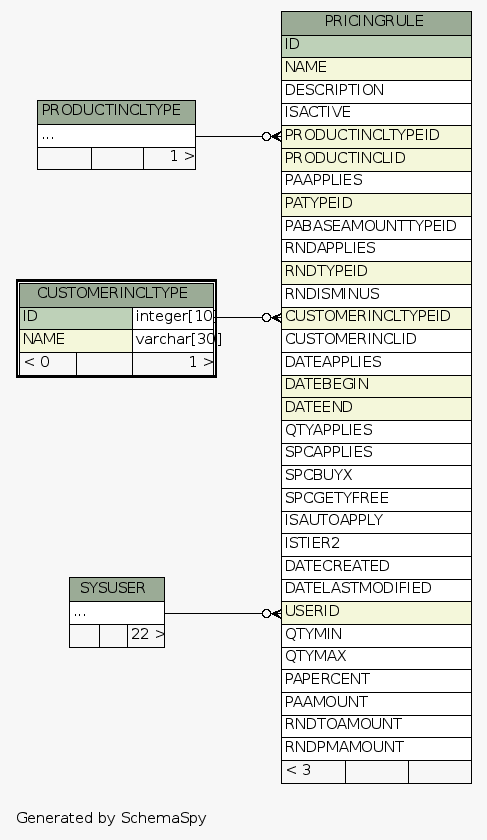
ilopez/FishbowlDataDictionary keeps this Graphviz diagram as dictionary/Fishbowl2013.5/diagrams/CUSTOMERINCLTYPE.2degrees.png. Above is the earlier version. Its source is kept beside it as dictionary/Fishbowl2013.5/diagrams/CUSTOMERINCLTYPE.2degrees.dot.
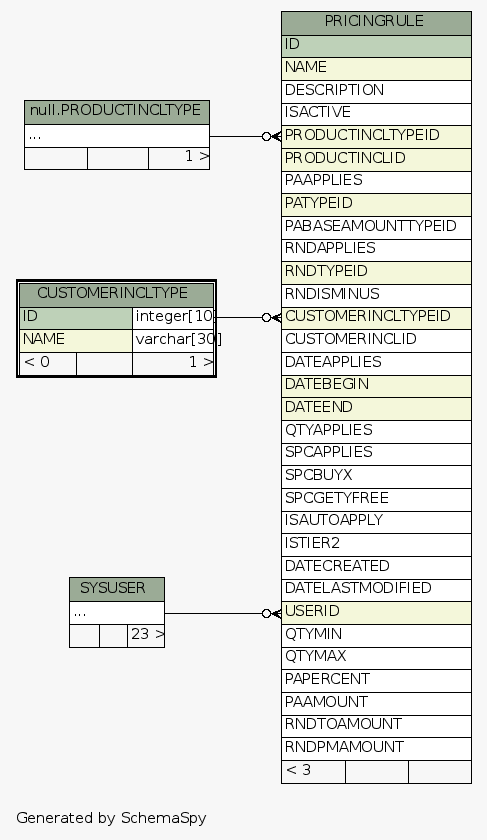
Above is the later version.

The edit, as a diff of the source:
```diff
@@ -18,7 +18,7 @@
     arrowsize="0.8"
   ];
   "PRICINGRULE":"CUSTOMERINCLTYPEID":w -> "CUSTOMERINCLTYPE":"ID.type":e [arrowhead=none dir=back arrowtail=crowodot];
-  "PRICINGRULE":"PRODUCTINCLTYPEID":w -> "PRODUCTINCLTYPE":"elipses":e [arrowhead=none dir=back arrowtail=crowodot];
+  "PRICINGRULE":"PRODUCTINCLTYPEID":w -> "null.PRODUCTINCLTYPE":"elipses":e [arrowhead=none dir=back arrowtail=crowodot];
   "PRICINGRULE":"USERID":w -> "SYSUSER":"elipses":e [arrowhead=none dir=back arrowtail=crowodot];
   "CUSTOMERINCLTYPE" [
     label=<
@@ -72,22 +72,21 @@
     URL="PRICINGRULE.html"
     tooltip="PRICINGRULE"
   ];
-  "PRODUCTINCLTYPE" [
+  "null.PRODUCTINCLTYPE" [
     label=<
     <TABLE BORDER="0" CELLBORDER="1" CELLSPACING="0" BGCOLOR="#ffffff">
-      <TR><TD COLSPAN="3" BGCOLOR="#9bab96" ALIGN="CENTER">PRODUCTINCLTYPE</TD></TR>
+      <TR><TD COLSPAN="3" BGCOLOR="#9bab96" ALIGN="CENTER">null.PRODUCTINCLTYPE</TD></TR>
       <TR><TD PORT="elipses" COLSPAN="3" ALIGN="LEFT">...</TD></TR>
       <TR><TD ALIGN="LEFT" BGCOLOR="#f7f7f7">  </TD><TD ALIGN="RIGHT" BGCOLOR="#f7f7f7">  </TD><TD ALIGN="RIGHT" BGCOLOR="#f7f7f7">1 &gt;</TD></TR>
     </TABLE>>
-    URL="PRODUCTINCLTYPE.html"
-    tooltip="PRODUCTINCLTYPE"
+    tooltip="null.PRODUCTINCLTYPE"
   ];
   "SYSUSER" [
     label=<
     <TABLE BORDER="0" CELLBORDER="1" CELLSPACING="0" BGCOLOR="#ffffff">
       <TR><TD COLSPAN="3" BGCOLOR="#9bab96" ALIGN="CENTER">SYSUSER</TD></TR>
       <TR><TD PORT="elipses" COLSPAN="3" ALIGN="LEFT">...</TD></TR>
-      <TR><TD ALIGN="LEFT" BGCOLOR="#f7f7f7">  </TD><TD ALIGN="RIGHT" BGCOLOR="#f7f7f7">  </TD><TD ALIGN="RIGHT" BGCOLOR="#f7f7f7">22 &gt;</TD></TR>
+      <TR><TD ALIGN="LEFT" BGCOLOR="#f7f7f7">  </TD><TD ALIGN="RIGHT" BGCOLOR="#f7f7f7">  </TD><TD ALIGN="RIGHT" BGCOLOR="#f7f7f7">23 &gt;</TD></TR>
     </TABLE>>
     URL="SYSUSER.html"
     tooltip="SYSUSER"
```
